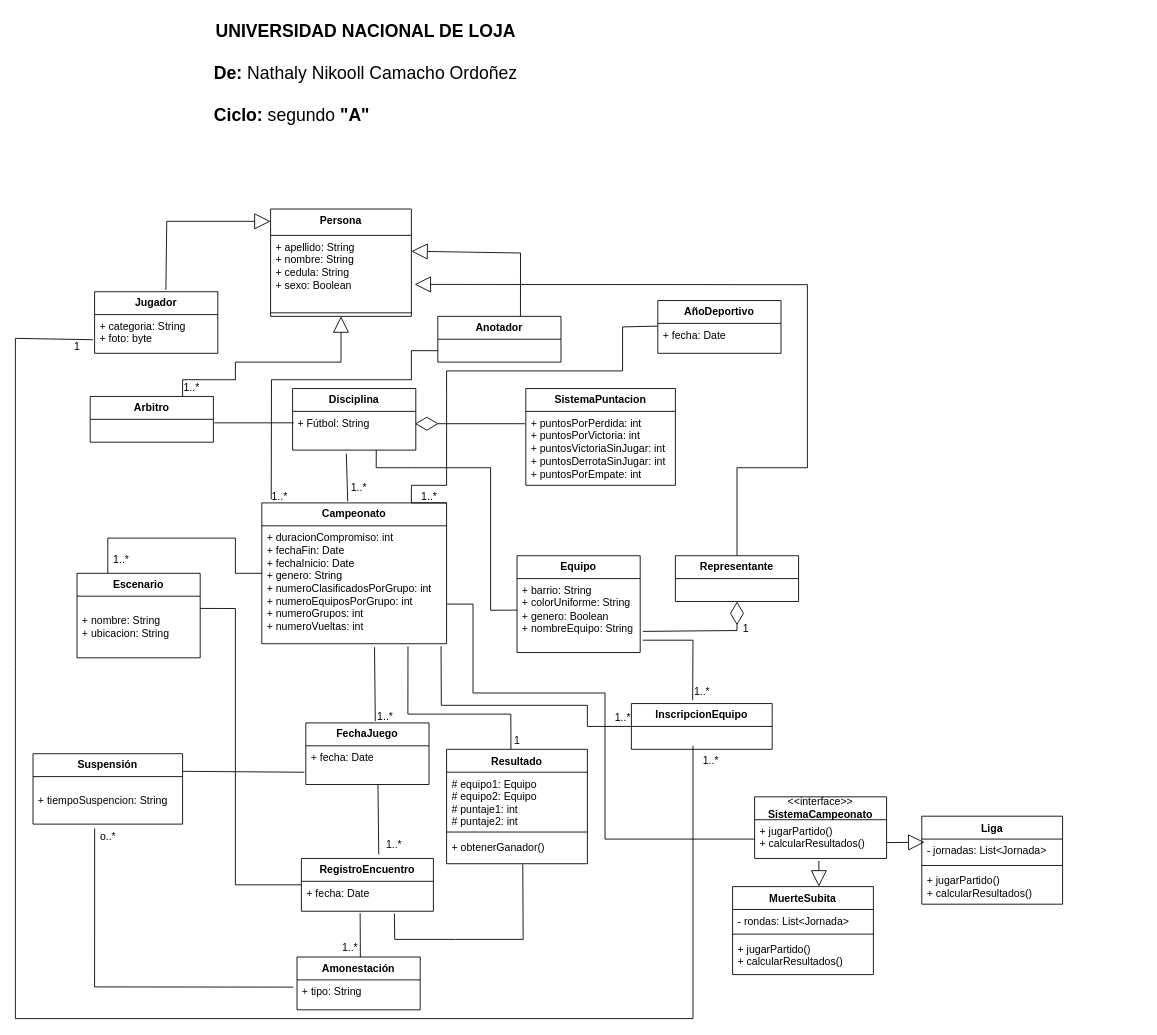
Above: Deportes_POO.drawio in Nikooll/Deportes_POO (draw.io), before the change. Source tidied: cells renumbered, new cells numbered last; positions are measured from the earlier drawing's top-left corner, leaving out a move shared by most shapes. Both pictures are drawn from the tidied source at 88%, with x=0, y=0 at pixel (15, 15).
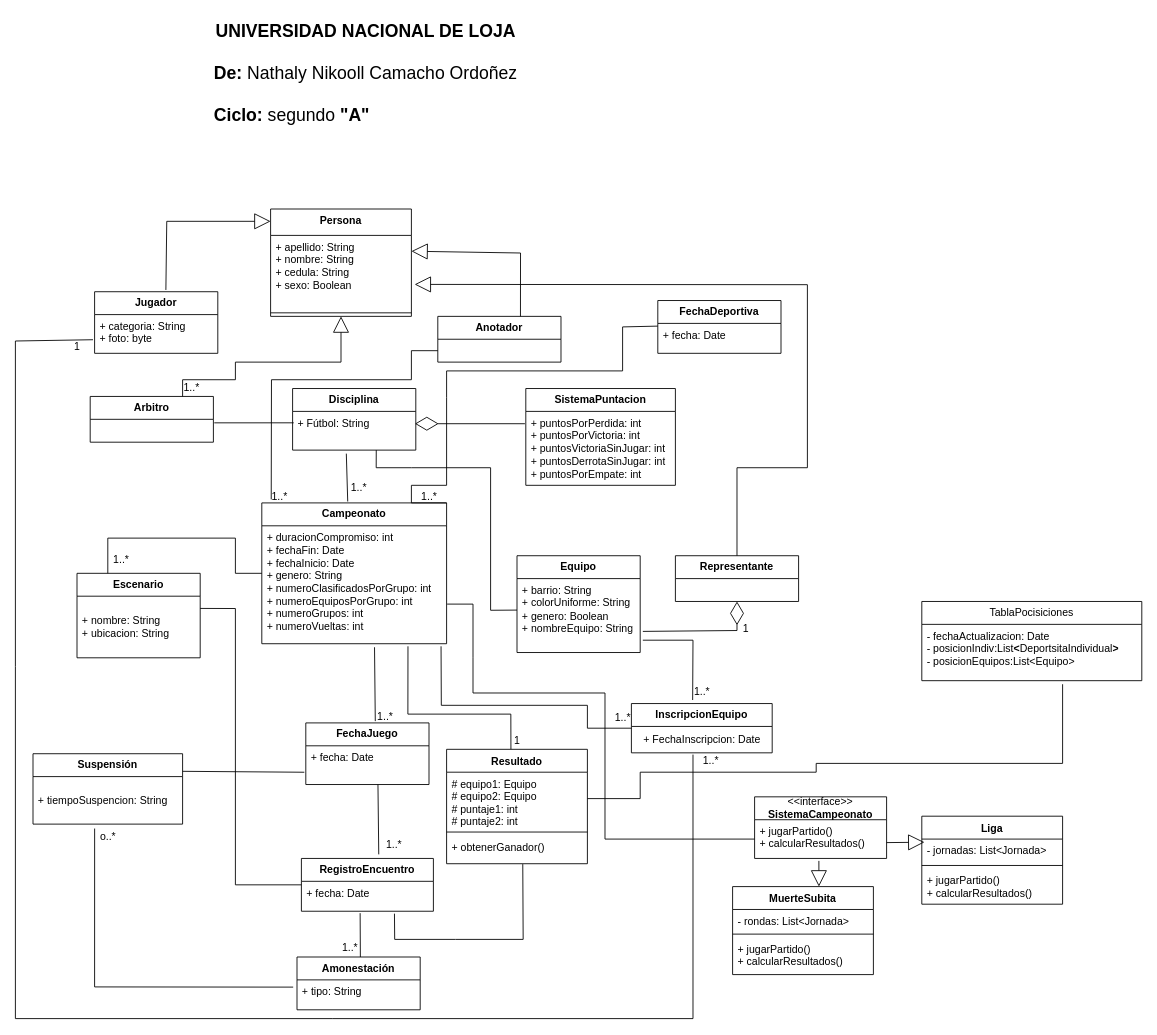
Above is the later version.

The change refers to these unchanged cells:
```xml
<mxCell id="8" value="+ categoria: String&lt;br&gt;+ foto: byte" style="text;strokeColor=none;fillColor=none;align=left;verticalAlign=top;spacingLeft=4;spacingRight=4;overflow=hidden;points=[[0,0.5],[1,0.5]];portConstraint=eastwest;whiteSpace=wrap;html=1;" parent="7" vertex="1">
  <mxGeometry y="26" width="140" height="44" as="geometry" />
</mxCell>
<mxCell id="18" value="+ duracionCompromiso: int&lt;br&gt;+ fechaFin: Date&lt;br&gt;+ fechaInicio: Date&lt;br&gt;+ genero: String&lt;br&gt;+ numeroClasificadosPorGrupo: int&lt;br&gt;+ numeroEquiposPorGrupo: int&lt;br&gt;+ numeroGrupos: int&lt;br&gt;&lt;div&gt;+ numeroVueltas: int&lt;/div&gt;" style="text;strokeColor=none;fillColor=none;align=left;verticalAlign=top;spacingLeft=4;spacingRight=4;overflow=hidden;points=[[0,0.5],[1,0.5]];portConstraint=eastwest;whiteSpace=wrap;html=1;" parent="17" vertex="1">
  <mxGeometry y="26" width="210" height="134" as="geometry" />
</mxCell>
```

The edit, as a diff of the source:
```diff
@@
     <mxCell id="30" value="&lt;b&gt;InscripcionEquipo&lt;/b&gt;" style="swimlane;fontStyle=0;horizontal=1;startSize=26;fillColor=none;whiteSpace=wrap;html=1;" parent="1" vertex="1">
-      <mxGeometry x="700" y="782" width="160" height="52" as="geometry" />
+      <mxGeometry x="700" y="782" width="160" height="56" as="geometry" />
     </mxCell>
+    <mxCell id="87" value="+ FechaInscripcion: Date" style="text;html=1;align=center;verticalAlign=middle;strokeColor=none;fillColor=none;" parent="30" vertex="1">
+      <mxGeometry y="26" width="160" height="30" as="geometry" />
+    </mxCell>
     <mxCell id="31" style="endArrow=none;html=1;rounded=0;exitX=0;exitY=0.5;exitDx=0;exitDy=0;entryX=0.97;entryY=1.022;entryDx=0;entryDy=0;entryPerimeter=0;" parent="1" edge="1" source="30" target="18">
       <mxGeometry relative="1" as="geometry">
         <Array as="points">
-          <mxPoint x="650" y="808" />
+          <mxPoint x="650" y="810" />
           <mxPoint x="650" y="784" />
           <mxPoint x="484" y="784" />
         </Array>
       </mxGeometry>
     </mxCell>
@@
-    <mxCell id="55" value="&lt;b&gt;AñoDeportivo&lt;/b&gt;" style="swimlane;fontStyle=0;horizontal=1;startSize=26;fillColor=none;whiteSpace=wrap;html=1;" parent="1" vertex="1">
+    <mxCell id="55" value="&lt;b&gt;FechaDeportiva&lt;/b&gt;" style="swimlane;fontStyle=0;horizontal=1;startSize=26;fillColor=none;whiteSpace=wrap;html=1;" parent="1" vertex="1">
       <mxGeometry x="730" y="324" width="140" height="60" as="geometry" />
     </mxCell>
@@
     <mxCell id="58" style="endArrow=none;html=1;rounded=0;exitX=-0.013;exitY=0.649;exitDx=0;exitDy=0;exitPerimeter=0;" parent="1" edge="1" source="8">
       <mxGeometry relative="1" as="geometry">
-        <mxPoint x="770" y="830" as="targetPoint" />
+        <mxPoint x="770" y="840" as="targetPoint" />
         <Array as="points">
-          <mxPoint y="367" />
+          <mxPoint y="370" />
           <mxPoint y="740" />
           <mxPoint y="1140" />
           <mxPoint x="360" y="1140" />
           <mxPoint x="770" y="1140" />
         </Array>
       </mxGeometry>
     </mxCell>
@@
+    <mxCell id="88" value="TablaPocisiciones" style="swimlane;fontStyle=0;horizontal=1;startSize=26;fillColor=none;whiteSpace=wrap;html=1;" parent="1" vertex="1">
+      <mxGeometry x="1030" y="666" width="250" height="90" as="geometry" />
+    </mxCell>
+    <mxCell id="89" value="&lt;div&gt;- fechaActualizacion: Date&lt;/div&gt;&lt;div&gt;- posicionIndiv:List&lt;span lang=&quot;es&quot; class=&quot;BxUVEf ILfuVd&quot;&gt;&lt;span class=&quot;hgKElc&quot;&gt;&lt;b&gt;&amp;lt;&lt;/b&gt;DeportsitaIndividual&lt;/span&gt;&lt;/span&gt;&lt;span lang=&quot;es&quot; class=&quot;BxUVEf ILfuVd&quot;&gt;&lt;span class=&quot;hgKElc&quot;&gt;&lt;b&gt;&amp;gt;&lt;/b&gt;&lt;/span&gt;&lt;/span&gt;&lt;/div&gt;&lt;div&gt;&lt;div&gt;- posicionEquipos:List&lt;span lang=&quot;es&quot; class=&quot;BxUVEf ILfuVd&quot;&gt;&lt;span class=&quot;hgKElc&quot;&gt;&amp;lt;Equipo&lt;/span&gt;&lt;/span&gt;&lt;span lang=&quot;es&quot; class=&quot;BxUVEf ILfuVd&quot;&gt;&lt;span class=&quot;hgKElc&quot;&gt;&amp;gt;&lt;/span&gt;&lt;/span&gt;&lt;/div&gt;&lt;/div&gt;" style="text;strokeColor=none;fillColor=none;align=left;verticalAlign=top;spacingLeft=4;spacingRight=4;overflow=hidden;points=[[0,0.5],[1,0.5]];portConstraint=eastwest;whiteSpace=wrap;html=1;" parent="88" vertex="1">
+      <mxGeometry y="26" width="250" height="64" as="geometry" />
+    </mxCell>
+    <mxCell id="90" style="endArrow=none;html=1;rounded=0;entryX=0.64;entryY=1.063;entryDx=0;entryDy=0;entryPerimeter=0;" parent="1" edge="1" target="89">
+      <mxGeometry relative="1" as="geometry">
+        <mxPoint x="650" y="890" as="sourcePoint" />
+        <Array as="points">
+          <mxPoint x="710" y="890" />
+          <mxPoint x="710" y="860" />
+          <mxPoint x="910" y="860" />
+          <mxPoint x="910" y="850" />
+          <mxPoint x="1190" y="850" />
+        </Array>
+      </mxGeometry>
+    </mxCell>
```
